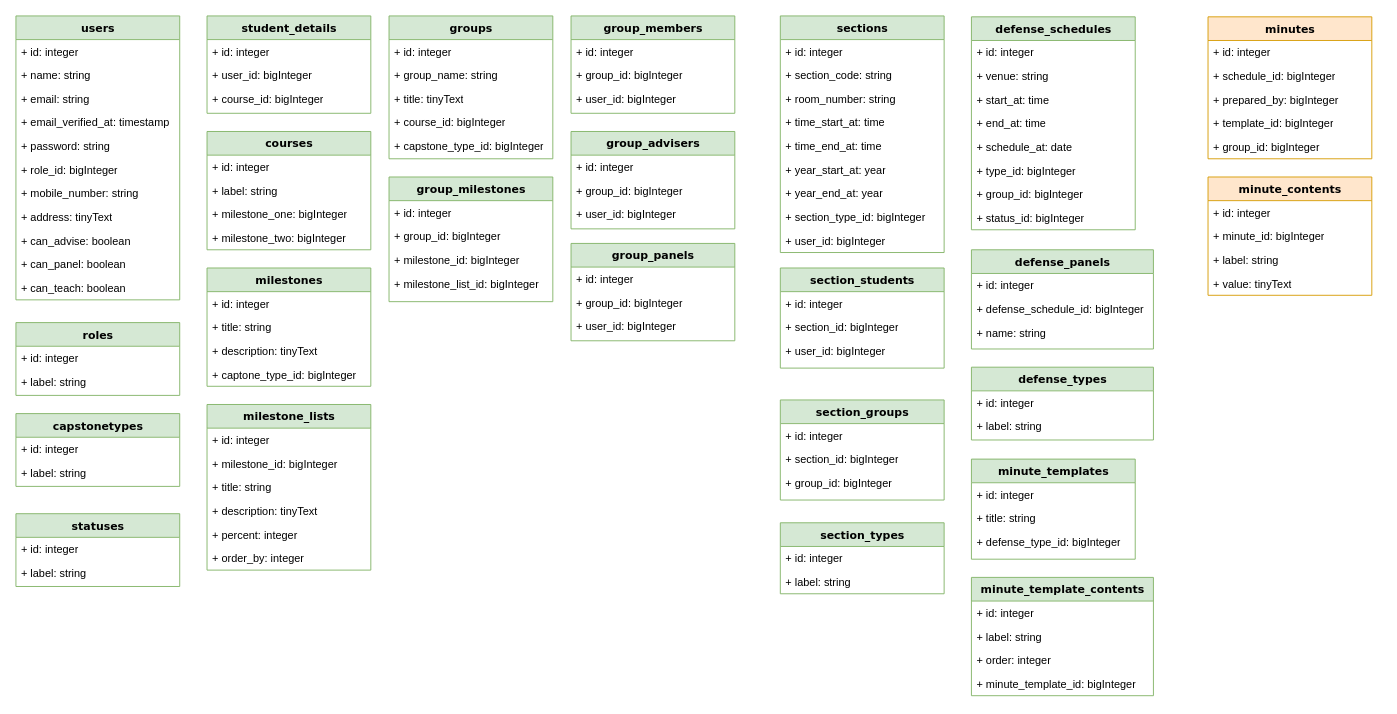
This is database/schema.drawio from elur123/ccerms-api, a draw.io file, before an edit. Source tidied: cells renumbered, new cells numbered last; positions are measured from the earlier drawing's top-left corner, leaving out a move shared by most shapes. Both pictures are drawn from the tidied source at 91%, with x=0, y=0 at pixel (15, 15).
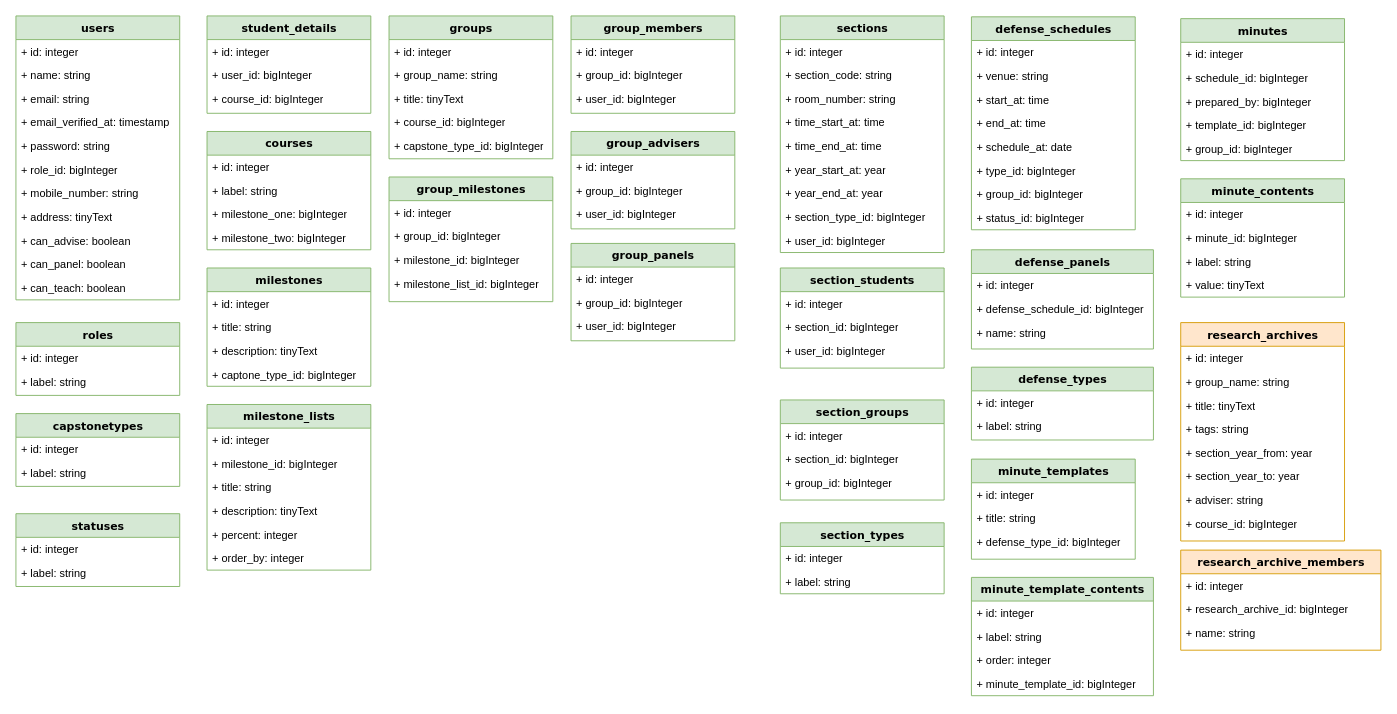
After the change.

Commit message (it also covers changes not shown here):
Research Archive Module

Change to the diagram source:
```diff
@@
-    <mxCell id="113" value="minutes" style="swimlane;html=1;fontStyle=1;align=center;verticalAlign=top;horizontal=1;startSize=26;swimlaneFillColor=#ffffff;rounded=0;shadow=0;comic=0;labelBackgroundColor=none;strokeWidth=1;fillColor=#ffe6cc;fontFamily=Verdana;fontSize=12;strokeColor=#d79b00;" parent="1" vertex="1">
-      <mxGeometry x="1310" y="1" width="180" height="156" as="geometry" />
+    <mxCell id="113" value="minutes" style="swimlane;html=1;fontStyle=1;align=center;verticalAlign=top;horizontal=1;startSize=26;swimlaneFillColor=#ffffff;rounded=0;shadow=0;comic=0;labelBackgroundColor=none;strokeWidth=1;fillColor=#d5e8d4;fontFamily=Verdana;fontSize=12;strokeColor=#82b366;" parent="1" vertex="1">
+      <mxGeometry x="1280" y="3" width="180" height="156" as="geometry" />
     </mxCell>
@@
-    <mxCell id="119" value="minute_contents" style="swimlane;html=1;fontStyle=1;align=center;verticalAlign=top;horizontal=1;startSize=26;swimlaneFillColor=#ffffff;rounded=0;shadow=0;comic=0;labelBackgroundColor=none;strokeWidth=1;fillColor=#ffe6cc;fontFamily=Verdana;fontSize=12;strokeColor=#d79b00;" parent="1" vertex="1">
-      <mxGeometry x="1310" y="177" width="180" height="130" as="geometry" />
+    <mxCell id="119" value="minute_contents" style="swimlane;html=1;fontStyle=1;align=center;verticalAlign=top;horizontal=1;startSize=26;swimlaneFillColor=#ffffff;rounded=0;shadow=0;comic=0;labelBackgroundColor=none;strokeWidth=1;fillColor=#d5e8d4;fontFamily=Verdana;fontSize=12;strokeColor=#82b366;" parent="1" vertex="1">
+      <mxGeometry x="1280" y="179" width="180" height="130" as="geometry" />
     </mxCell>
@@
+    <mxCell id="124" value="research_archives" style="swimlane;html=1;fontStyle=1;align=center;verticalAlign=top;horizontal=1;startSize=26;swimlaneFillColor=#ffffff;rounded=0;shadow=0;comic=0;labelBackgroundColor=none;strokeWidth=1;fillColor=#ffe6cc;fontFamily=Verdana;fontSize=12;strokeColor=#d79b00;" parent="1" vertex="1">
+      <mxGeometry x="1280" y="337" width="180" height="240" as="geometry" />
+    </mxCell>
+    <mxCell id="125" value="+ id: integer" style="text;html=1;strokeColor=none;fillColor=none;align=left;verticalAlign=top;spacingLeft=4;spacingRight=4;whiteSpace=wrap;overflow=hidden;" parent="124" vertex="1">
+      <mxGeometry y="26" width="180" height="26" as="geometry" />
+    </mxCell>
+    <mxCell id="126" value="+ group_name: string" style="text;html=1;strokeColor=none;fillColor=none;align=left;verticalAlign=top;spacingLeft=4;spacingRight=4;whiteSpace=wrap;overflow=hidden;" parent="124" vertex="1">
+      <mxGeometry y="52" width="180" height="26" as="geometry" />
+    </mxCell>
+    <mxCell id="127" value="+ title: tinyText" style="text;html=1;strokeColor=none;fillColor=none;align=left;verticalAlign=top;spacingLeft=4;spacingRight=4;whiteSpace=wrap;overflow=hidden;" parent="124" vertex="1">
+      <mxGeometry y="78" width="180" height="26" as="geometry" />
+    </mxCell>
+    <mxCell id="128" value="+ tags: string" style="text;html=1;strokeColor=none;fillColor=none;align=left;verticalAlign=top;spacingLeft=4;spacingRight=4;whiteSpace=wrap;overflow=hidden;" parent="124" vertex="1">
+      <mxGeometry y="104" width="180" height="26" as="geometry" />
+    </mxCell>
+    <mxCell id="129" value="+ section_year_from: year" style="text;html=1;strokeColor=none;fillColor=none;align=left;verticalAlign=top;spacingLeft=4;spacingRight=4;whiteSpace=wrap;overflow=hidden;" parent="124" vertex="1">
+      <mxGeometry y="130" width="180" height="26" as="geometry" />
+    </mxCell>
+    <mxCell id="130" value="+ section_year_to: year" style="text;html=1;strokeColor=none;fillColor=none;align=left;verticalAlign=top;spacingLeft=4;spacingRight=4;whiteSpace=wrap;overflow=hidden;" parent="124" vertex="1">
+      <mxGeometry y="156" width="180" height="26" as="geometry" />
+    </mxCell>
+    <mxCell id="131" value="+ adviser: string" style="text;html=1;strokeColor=none;fillColor=none;align=left;verticalAlign=top;spacingLeft=4;spacingRight=4;whiteSpace=wrap;overflow=hidden;" parent="124" vertex="1">
+      <mxGeometry y="182" width="180" height="26" as="geometry" />
+    </mxCell>
+    <mxCell id="132" value="+ course_id: bigInteger" style="text;html=1;strokeColor=none;fillColor=none;align=left;verticalAlign=top;spacingLeft=4;spacingRight=4;whiteSpace=wrap;overflow=hidden;" parent="124" vertex="1">
+      <mxGeometry y="208" width="180" height="26" as="geometry" />
+    </mxCell>
+    <mxCell id="133" value="research_archive_members" style="swimlane;html=1;fontStyle=1;align=center;verticalAlign=top;horizontal=1;startSize=26;swimlaneFillColor=#ffffff;rounded=0;shadow=0;comic=0;labelBackgroundColor=none;strokeWidth=1;fillColor=#ffe6cc;fontFamily=Verdana;fontSize=12;strokeColor=#d79b00;" parent="1" vertex="1">
+      <mxGeometry x="1280" y="587" width="220" height="110" as="geometry" />
+    </mxCell>
+    <mxCell id="134" value="+ id: integer" style="text;html=1;strokeColor=none;fillColor=none;align=left;verticalAlign=top;spacingLeft=4;spacingRight=4;whiteSpace=wrap;overflow=hidden;" parent="133" vertex="1">
+      <mxGeometry y="26" width="220" height="26" as="geometry" />
+    </mxCell>
+    <mxCell id="135" value="+ research_archive_id: bigInteger" style="text;html=1;strokeColor=none;fillColor=none;align=left;verticalAlign=top;spacingLeft=4;spacingRight=4;whiteSpace=wrap;overflow=hidden;" parent="133" vertex="1">
+      <mxGeometry y="52" width="220" height="26" as="geometry" />
+    </mxCell>
+    <mxCell id="136" value="+ name: string" style="text;html=1;strokeColor=none;fillColor=none;align=left;verticalAlign=top;spacingLeft=4;spacingRight=4;whiteSpace=wrap;overflow=hidden;" parent="133" vertex="1">
+      <mxGeometry y="78" width="220" height="26" as="geometry" />
+    </mxCell>
```
